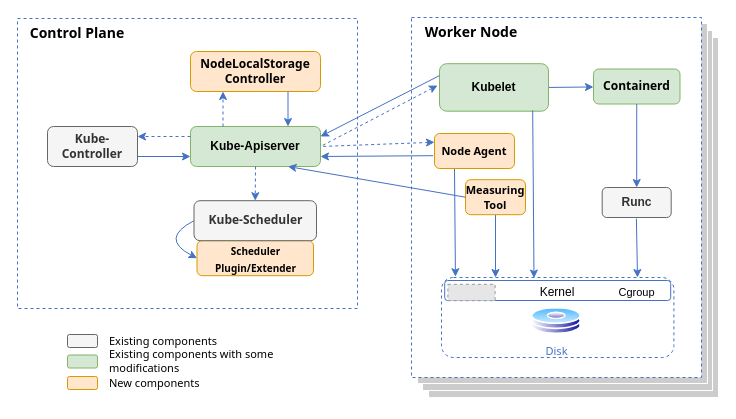
This is page "architectural flow for emptyDir" (10 of 14) of diagram/net_disk_io_design_v1.drawio from IntelOpen/kubernetes, a draw.io file, before an edit. Source tidied: cells renumbered, new cells numbered last; positions are measured from the earlier drawing's top-left corner, leaving out a move shared by most shapes. Both pictures are drawn from the tidied source at 100%, with x=0, y=0 at pixel (17, 17). Pictures stored in the file or linked from it are replaced by grey dashed boxes.
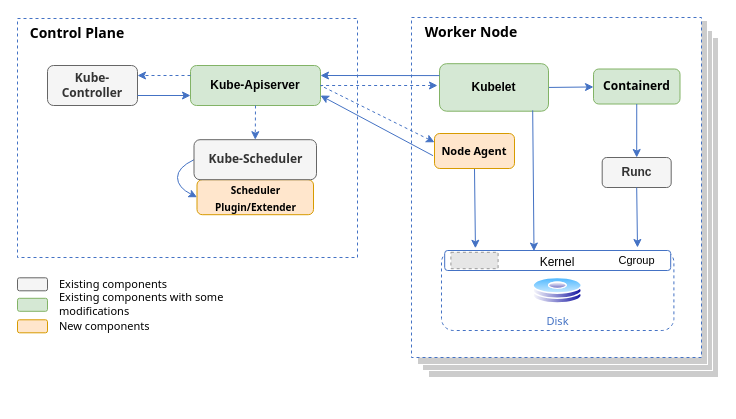
Above is the later version.

The change refers to these unchanged cells:
```xml
<mxCell id="38" value="&lt;h3 style=&quot;font-size: 11px;&quot;&gt;&lt;font face=&quot;Tahoma&quot; style=&quot;font-size: 11px;&quot;&gt;Node Agent&lt;/font&gt;&lt;/h3&gt;" style="rounded=1;whiteSpace=wrap;html=1;strokeColor=#d79b00;fillColor=#ffe6cc;fontSize=11;" parent="1" vertex="1">
  <mxGeometry x="417" y="116" width="80" height="35" as="geometry" />
</mxCell>
```

Diff of the diagram source:
```diff
@@
     <mxCell id="2" style="rounded=0;whiteSpace=wrap;html=1;shadow=0;glass=0;sketch=0;fontFamily=Tahoma;fontSize=9;fontColor=#333333;strokeColor=#FFFFFF;fillColor=#CCCCCC;" parent="1" vertex="1">
-      <mxGeometry x="411" y="20" width="290" height="360" as="geometry" />
+      <mxGeometry x="411" y="20" width="290" height="340" as="geometry" />
     </mxCell>
     <mxCell id="3" style="rounded=0;whiteSpace=wrap;html=1;shadow=0;glass=0;sketch=0;fontFamily=Tahoma;fontSize=9;fontColor=#333333;strokeColor=#FFFFFF;fillColor=#CCCCCC;" parent="1" vertex="1">
-      <mxGeometry x="405" y="13" width="290" height="360" as="geometry" />
+      <mxGeometry x="405" y="13" width="290" height="340" as="geometry" />
     </mxCell>
     <mxCell id="4" style="rounded=0;whiteSpace=wrap;html=1;shadow=0;glass=0;sketch=0;fontFamily=Tahoma;fontSize=9;fontColor=#333333;strokeColor=#FFFFFF;fillColor=#CCCCCC;" parent="1" vertex="1">
-      <mxGeometry x="400" y="6" width="290" height="360" as="geometry" />
+      <mxGeometry x="400" y="3" width="290" height="344" as="geometry" />
     </mxCell>
     <mxCell id="5" style="rounded=0;whiteSpace=wrap;html=1;shadow=0;glass=0;sketch=0;fontFamily=Tahoma;fontSize=9;dashed=1;strokeColor=#4472C4;" parent="1" vertex="1">
-      <mxGeometry x="394" width="290" height="360" as="geometry" />
+      <mxGeometry x="394" width="290" height="340" as="geometry" />
     </mxCell>
     <mxCell id="6" style="rounded=0;whiteSpace=wrap;html=1;shadow=0;glass=0;sketch=0;fontFamily=Tahoma;fontSize=9;fontColor=#4472C4;strokeColor=#4472C4;fillColor=none;gradientColor=none;dashed=1;" parent="1" vertex="1">
-      <mxGeometry y="1" width="340" height="290" as="geometry" />
+      <mxGeometry y="1" width="340" height="239" as="geometry" />
     </mxCell>
     <mxCell id="7" value="&lt;h3 style=&quot;font-size: 12px;&quot;&gt;&lt;font style=&quot;font-size: 12px;&quot;&gt;Kube-Apiserver&lt;/font&gt;&lt;/h3&gt;" style="rounded=1;whiteSpace=wrap;html=1;strokeColor=#82b366;fillColor=#d5e8d4;fontSize=12;fontFamily=Helvetica;glass=0;" parent="1" vertex="1">
-      <mxGeometry x="173" y="109" width="130" height="40" as="geometry" />
+      <mxGeometry x="173" y="48" width="130" height="40" as="geometry" />
     </mxCell>
@@
     <mxCell id="12" value="&lt;b&gt;Runc&lt;/b&gt;" style="rounded=1;whiteSpace=wrap;html=1;strokeColor=#666666;fillColor=#f5f5f5;fontColor=#333333;" parent="1" vertex="1">
-      <mxGeometry x="584.7" y="170" width="69" height="30" as="geometry" />
+      <mxGeometry x="584.7" y="140" width="69" height="30" as="geometry" />
     </mxCell>
@@
     <mxCell id="15" value="&lt;h3 style=&quot;&quot;&gt;&lt;font face=&quot;Tahoma&quot; style=&quot;font-size: 10px;&quot;&gt;Scheduler Plugin/Extender&lt;/font&gt;&lt;/h3&gt;" style="rounded=1;whiteSpace=wrap;html=1;strokeColor=#d79b00;fillColor=#ffe6cc;fontSize=12;" parent="1" vertex="1">
-      <mxGeometry x="179.5" y="223.2" width="116.5" height="35" as="geometry" />
+      <mxGeometry x="179.5" y="162.2" width="116.5" height="35" as="geometry" />
     </mxCell>
@@
     <mxCell id="17" style="curved=1;endArrow=classic;html=1;rounded=0;fontSize=10;exitX=0;exitY=0.5;exitDx=0;exitDy=0;entryX=0;entryY=0.5;entryDx=0;entryDy=0;strokeColor=#4472C4;" parent="1" edge="1" source="28" target="15">
       <mxGeometry relative="1" as="geometry">
         <Array as="points">
-          <mxPoint x="142" y="221" />
+          <mxPoint x="160" y="150" />
+          <mxPoint x="160" y="170" />
         </Array>
       </mxGeometry>
     </mxCell>
-    <mxCell id="18" style="edgeStyle=none;html=1;strokeColor=#4472C4;labelBorderColor=none;labelBackgroundColor=#FFCE9F;exitX=0.25;exitY=1;exitDx=0;exitDy=0;entryX=0.06;entryY=-0.01;entryDx=0;entryDy=0;entryPerimeter=0;" parent="1" edge="1" source="38" target="19">
+    <mxCell id="18" style="edgeStyle=none;html=1;strokeColor=#4472C4;labelBorderColor=none;labelBackgroundColor=#FFCE9F;exitX=0.5;exitY=1;exitDx=0;exitDy=0;entryX=0.146;entryY=-0.028;entryDx=0;entryDy=0;entryPerimeter=0;" parent="1" edge="1" source="38" target="19">
       <mxGeometry x="-0.01" y="-69" relative="1" as="geometry" />
     </mxCell>
     <mxCell id="19" style="rounded=1;whiteSpace=wrap;html=1;strokeColor=#4472C4;fontSize=11;fillColor=none;dashed=1;" parent="1" vertex="1">
-      <mxGeometry x="424" y="260" width="232.4" height="80" as="geometry" />
+      <mxGeometry x="424" y="233" width="232.4" height="80" as="geometry" />
     </mxCell>
     <mxCell id="20" value="Disk" style="perimeter=ellipsePerimeter;html=1;align=center;shadow=0;dashed=0;spacingTop=3;image;image=img/lib/active_directory/hard_disk.svg;rounded=1;glass=0;labelBackgroundColor=none;sketch=0;fontFamily=Tahoma;fontSize=11;fontColor=#4472C4;strokeColor=#4472C4;fillColor=#CCCCCC;gradientColor=none;" parent="1" vertex="1">
-      <mxGeometry x="514" y="290" width="50" height="27" as="geometry" />
+      <mxGeometry x="515.2" y="259.8" width="50" height="27" as="geometry" />
     </mxCell>
-    <mxCell id="21" style="edgeStyle=none;html=1;strokeColor=#4472C4;labelBorderColor=none;labelBackgroundColor=#FFCE9F;exitX=0.5;exitY=1;exitDx=0;exitDy=0;" parent="1" edge="1">
+    <mxCell id="21" style="edgeStyle=none;html=1;strokeColor=#4472C4;labelBorderColor=none;labelBackgroundColor=#FFCE9F;exitX=0.5;exitY=1;exitDx=0;exitDy=0;" parent="1" edge="1" source="12">
       <mxGeometry x="-0.01" y="-69" relative="1" as="geometry">
-        <mxPoint x="618.9" y="201.2" as="sourcePoint" />
-        <mxPoint x="620" y="260" as="targetPoint" />
+        <mxPoint x="620" y="230" as="targetPoint" />
       </mxGeometry>
     </mxCell>
@@
-    <mxCell id="23" value="&lt;h3 style=&quot;font-size: 12px;&quot;&gt;&lt;font face=&quot;Tahoma&quot; style=&quot;font-size: 12px;&quot;&gt;NodeLocalStorage Controller&lt;/font&gt;&lt;/h3&gt;" style="rounded=1;whiteSpace=wrap;html=1;strokeColor=#d79b00;fillColor=#ffe6cc;fontSize=12;" parent="1" vertex="1">
-      <mxGeometry x="173" y="34" width="130" height="40" as="geometry" />
-    </mxCell>
-    <mxCell id="24" style="endArrow=classic;html=1;rounded=0;fontFamily=Tahoma;fontSize=13;fontColor=#000000;strokeColor=#4472C4;entryX=0.25;entryY=1;entryDx=0;entryDy=0;dashed=1;endFill=1;startArrow=none;startFill=0;exitX=0.25;exitY=0;exitDx=0;exitDy=0;" parent="1" edge="1" source="7" target="23">
-      <mxGeometry relative="1" as="geometry" />
-    </mxCell>
-    <mxCell id="25" style="endArrow=classic;html=1;rounded=0;labelBackgroundColor=none;strokeColor=#4472C4;fontSize=11;exitX=0.75;exitY=1;exitDx=0;exitDy=0;entryX=0.75;entryY=0;entryDx=0;entryDy=0;" parent="1" edge="1" source="23" target="7">
-      <mxGeometry relative="1" as="geometry" />
-    </mxCell>
@@
     <mxCell id="28" value="&lt;h3 style=&quot;font-size: 12px;&quot;&gt;&lt;font face=&quot;Tahoma&quot; style=&quot;font-size: 12px;&quot;&gt;Kube-Scheduler&lt;/font&gt;&lt;/h3&gt;" style="rounded=1;whiteSpace=wrap;html=1;strokeColor=#666666;fillColor=#f5f5f5;fontSize=12;fontColor=#333333;" parent="1" vertex="1">
-      <mxGeometry x="176.5" y="183.2" width="122.5" height="40" as="geometry" />
+      <mxGeometry x="176.5" y="122.2" width="122.5" height="40" as="geometry" />
     </mxCell>
@@
     <mxCell id="30" value="&lt;font style=&quot;font-size: 12px;&quot;&gt;Kernel&lt;/font&gt;" style="rounded=1;whiteSpace=wrap;html=1;strokeColor=#4472C4;fontSize=15;" parent="1" vertex="1">
-      <mxGeometry x="427.2" y="263" width="226" height="20" as="geometry" />
+      <mxGeometry x="427.2" y="233" width="226" height="20" as="geometry" />
     </mxCell>
     <mxCell id="31" style="fillColor=#E6E6E6;strokeColor=#999999;dashed=1;verticalLabelPosition=bottom;labelBackgroundColor=default;verticalAlign=top;" parent="1" vertex="1">
-      <mxGeometry x="430.4" y="266.8" width="47.2" height="16.4" as="geometry" />
+      <mxGeometry x="433.4" y="234.8" width="47.2" height="16.4" as="geometry" />
     </mxCell>
     <mxCell id="32" value="Cgroup" style="text;html=1;strokeColor=none;fillColor=none;align=center;verticalAlign=middle;whiteSpace=wrap;rounded=0;fontSize=11;" parent="1" vertex="1">
-      <mxGeometry x="604.6" y="265" width="29.3" height="20" as="geometry" />
+      <mxGeometry x="604.6" y="233" width="29.3" height="20" as="geometry" />
     </mxCell>
     <mxCell id="33" value="&lt;h3 style=&quot;font-size: 12px;&quot;&gt;&lt;font face=&quot;Tahoma&quot; style=&quot;font-size: 12px;&quot;&gt;Kube-Controller&lt;/font&gt;&lt;/h3&gt;" style="rounded=1;whiteSpace=wrap;html=1;strokeColor=#666666;fillColor=#f5f5f5;fontSize=12;fontColor=#333333;" parent="1" vertex="1">
-      <mxGeometry x="30" y="109" width="90" height="40" as="geometry" />
+      <mxGeometry x="30" y="48" width="90" height="40" as="geometry" />
     </mxCell>
@@
-    <mxCell id="36" style="endArrow=classic;html=1;rounded=0;labelBackgroundColor=none;strokeColor=#4472C4;fontSize=8;fontColor=#000000;exitX=0.5;exitY=1;exitDx=0;exitDy=0;" parent="1" edge="1" source="39">
-      <mxGeometry relative="1" as="geometry">
-        <mxPoint x="478" y="260" as="targetPoint" />
-      </mxGeometry>
-    </mxCell>
@@
-    <mxCell id="39" value="&lt;h3 style=&quot;font-size: 11px;&quot;&gt;&lt;font face=&quot;Tahoma&quot; style=&quot;font-size: 11px;&quot;&gt;Measuring Tool&lt;/font&gt;&lt;/h3&gt;" style="rounded=1;whiteSpace=wrap;html=1;strokeColor=#d79b00;fillColor=#ffe6cc;fontSize=11;" parent="1" vertex="1">
-      <mxGeometry x="448" y="162.2" width="60" height="35" as="geometry" />
-    </mxCell>
-    <mxCell id="40" style="endArrow=classic;html=1;rounded=0;fontFamily=Tahoma;exitX=0;exitY=0.5;exitDx=0;exitDy=0;entryX=0.75;entryY=1;entryDx=0;entryDy=0;strokeColor=#4472C4;" parent="1" edge="1" source="39" target="7">
-      <mxGeometry relative="1" as="geometry" />
-    </mxCell>
     <mxCell id="41" value="&lt;h3 style=&quot;font-size: 12px;&quot;&gt;&lt;br&gt;&lt;/h3&gt;" style="rounded=1;whiteSpace=wrap;html=1;strokeColor=#666666;fillColor=#f5f5f5;fontSize=12;fontColor=#333333;" parent="1" vertex="1">
-      <mxGeometry x="50" y="317" width="30" height="13" as="geometry" />
+      <mxGeometry y="260.3" width="30" height="13" as="geometry" />
     </mxCell>
     <mxCell id="42" value="Existing components" style="text;html=1;strokeColor=none;fillColor=none;align=left;verticalAlign=middle;whiteSpace=wrap;rounded=0;fontFamily=Tahoma;fontSize=11;" parent="1" vertex="1">
-      <mxGeometry x="90" y="307.5" width="130" height="30" as="geometry" />
+      <mxGeometry x="40" y="250.8" width="130" height="30" as="geometry" />
     </mxCell>
     <mxCell id="43" value="&lt;h3 style=&quot;font-size: 12px;&quot;&gt;&lt;br&gt;&lt;/h3&gt;" style="rounded=1;whiteSpace=wrap;html=1;strokeColor=#82b366;fillColor=#d5e8d4;fontSize=12;" parent="1" vertex="1">
-      <mxGeometry x="50" y="337.5" width="30" height="13" as="geometry" />
+      <mxGeometry y="280.8" width="30" height="13" as="geometry" />
     </mxCell>
     <mxCell id="44" value="Existing components with some modifications" style="text;html=1;strokeColor=none;fillColor=none;align=left;verticalAlign=middle;whiteSpace=wrap;rounded=0;fontFamily=Tahoma;fontSize=11;" parent="1" vertex="1">
-      <mxGeometry x="90" y="328" width="230" height="30" as="geometry" />
+      <mxGeometry x="40" y="271.3" width="230" height="30" as="geometry" />
     </mxCell>
     <mxCell id="45" value="&lt;h3 style=&quot;font-size: 12px;&quot;&gt;&lt;br&gt;&lt;/h3&gt;" style="rounded=1;whiteSpace=wrap;html=1;strokeColor=#d79b00;fillColor=#ffe6cc;fontSize=12;" parent="1" vertex="1">
-      <mxGeometry x="50" y="359" width="30" height="13" as="geometry" />
+      <mxGeometry y="302.3" width="30" height="13" as="geometry" />
     </mxCell>
     <mxCell id="46" value="New components" style="text;html=1;strokeColor=none;fillColor=none;align=left;verticalAlign=middle;whiteSpace=wrap;rounded=0;fontFamily=Tahoma;fontSize=11;" parent="1" vertex="1">
-      <mxGeometry x="90" y="349.5" width="210" height="30" as="geometry" />
+      <mxGeometry x="40" y="292.8" width="210" height="30" as="geometry" />
     </mxCell>
```
